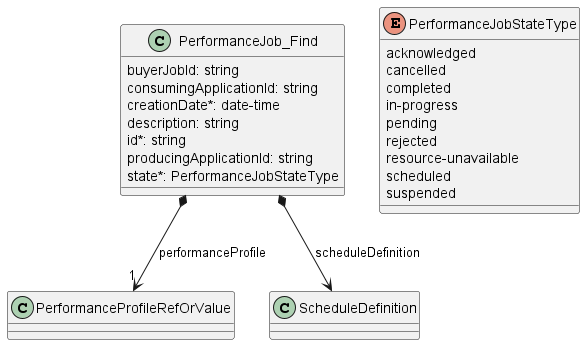
This is documentation/serviceApi/pm/performance/media/useCase7Model.png from MEF-GIT/MEF-LSO-Legato-SDK, a PlantUML export, as it was before one commit.
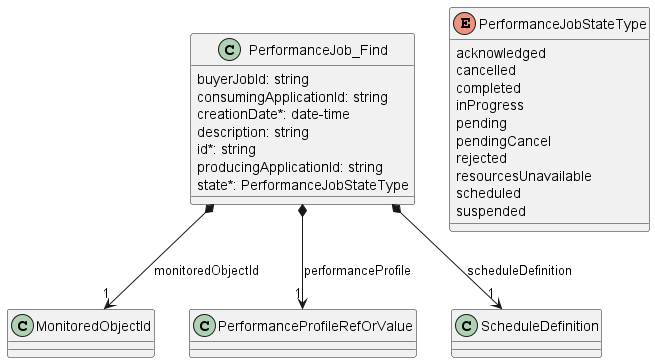
Later version of the same file.

The edit, as a diff of the source:
```diff
@@ -11,19 +11,20 @@
     state*: PerformanceJobStateType
 }
 
+PerformanceJob_Find *-->"1" MonitoredObjectId : monitoredObjectId
 PerformanceJob_Find *-->"1" PerformanceProfileRefOrValue : performanceProfile
-PerformanceJob_Find *--> ScheduleDefinition : scheduleDefinition
-
+PerformanceJob_Find *-->"1" ScheduleDefinition : scheduleDefinition
 
 enum PerformanceJobStateType {
 
     acknowledged
     cancelled
     completed
-    in-progress
+    inProgress
     pending
+    pendingCancel
     rejected
-    resource-unavailable
+    resourcesUnavailable
     scheduled
     suspended
 }
```
